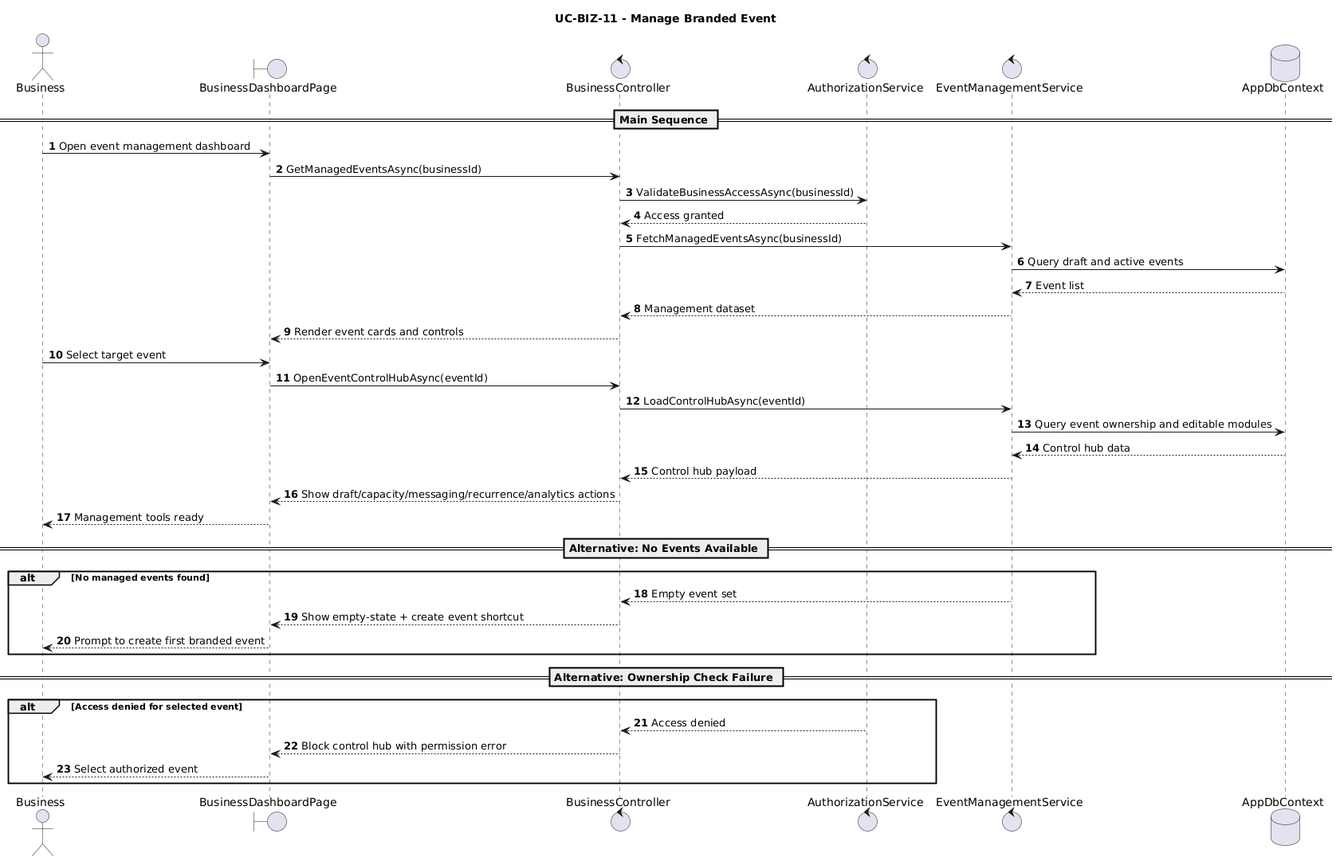
This is User Cases/Sequence Diagrams/BusinessRole/ManageBrandedEvent.png from gorge-unc23/4ThePlot, a PlantUML export, as it was before one commit.
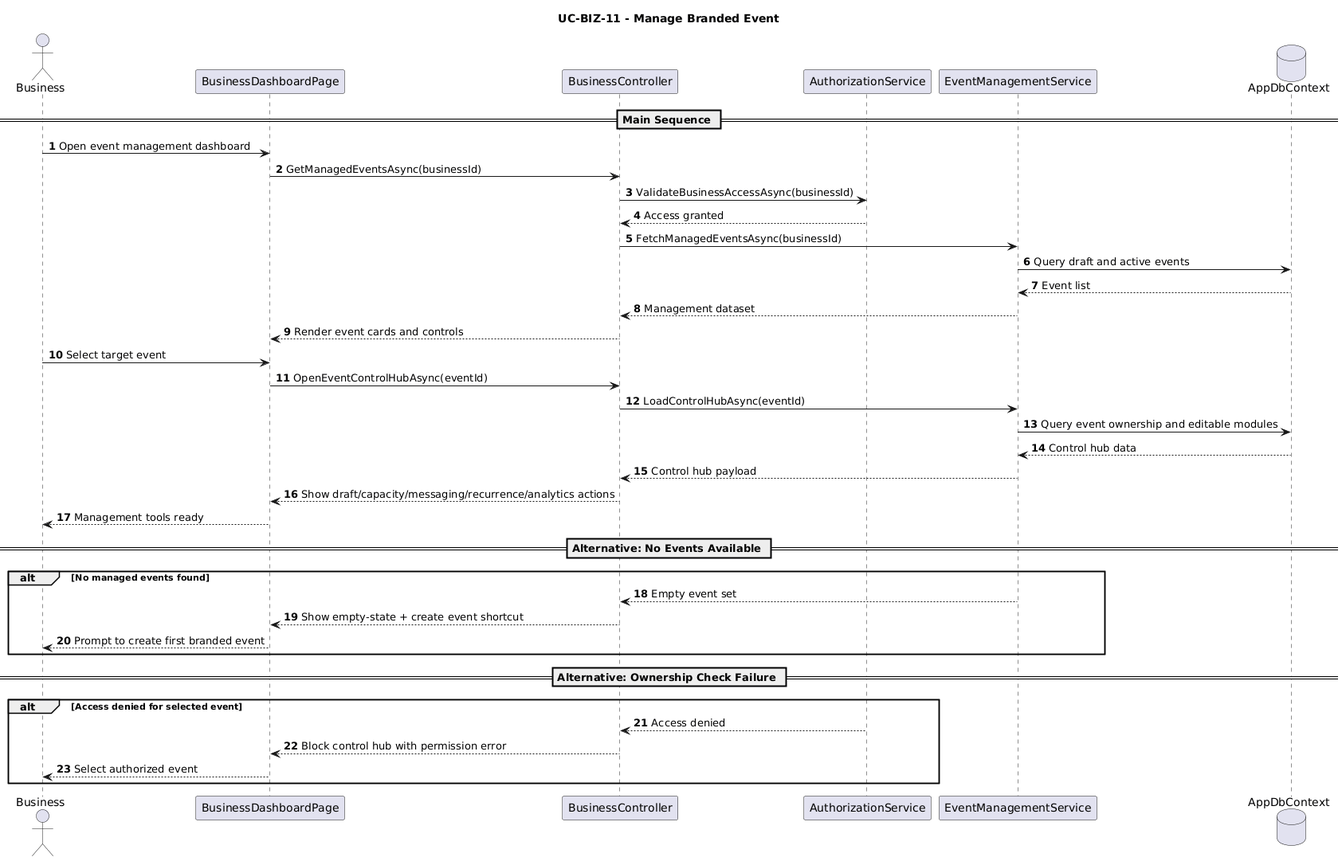
Later version of the same file.

What changed in the source:
```diff
@@ -3,10 +3,10 @@
 autonumber
 
 actor Business
-boundary BusinessDashboardPage
-control BusinessController
-control AuthorizationService
-control EventManagementService
+participant BusinessDashboardPage
+participant BusinessController
+participant AuthorizationService
+participant EventManagementService
 database AppDbContext
 
 == Main Sequence ==
```
